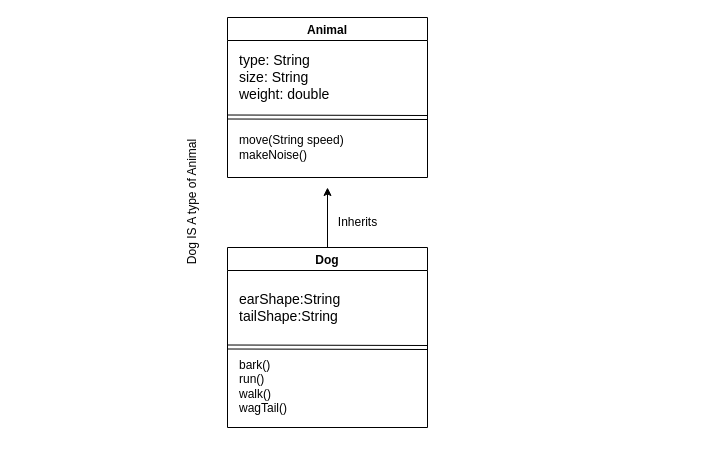
Above: inheratance.drawio in SalehAbdulla/java (draw.io), before the change. Source tidied: cells renumbered, new cells numbered last; positions are measured from the earlier drawing's top-left corner, leaving out a move shared by most shapes. Both pictures are drawn from the tidied source at 100%, with x=0, y=0 at pixel (117, 17).
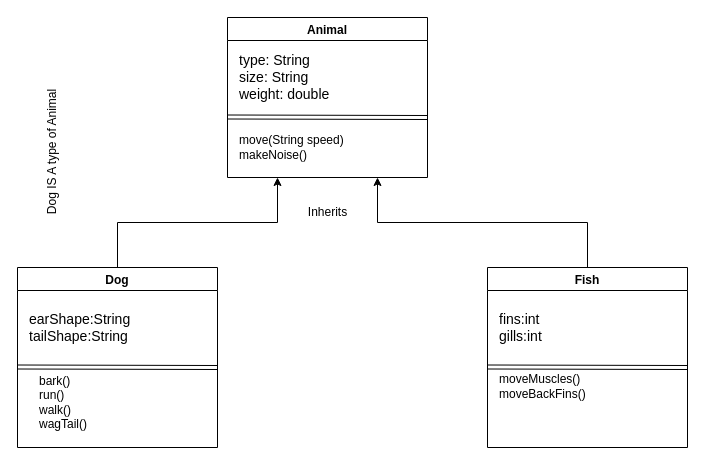
After the change.

Unchanged cells that the change refers to:
```xml
<mxCell id="2" value="Animal" style="swimlane;" parent="1" vertex="1">
  <mxGeometry x="110" width="200" height="160" as="geometry" />
</mxCell>
```

Diff of the diagram source:
```diff
@@
-    <mxCell id="6" style="edgeStyle=orthogonalEdgeStyle;rounded=0;jettySize=auto;html=1;exitX=0.5;exitY=0;exitDx=0;exitDy=0;" parent="1" edge="1" source="7">
-      <mxGeometry relative="1" as="geometry">
-        <mxPoint x="210" y="170" as="targetPoint" />
-      </mxGeometry>
-    </mxCell>
+    <mxCell id="13" style="edgeStyle=orthogonalEdgeStyle;rounded=0;jettySize=auto;html=1;exitX=0.5;exitY=0;exitDx=0;exitDy=0;entryX=0.25;entryY=1;entryDx=0;entryDy=0;" parent="1" edge="1" source="7" target="2">
+      <mxGeometry relative="1" as="geometry" />
+    </mxCell>
     <mxCell id="7" value="Dog" style="swimlane;" parent="1" vertex="1">
-      <mxGeometry x="110" y="230" width="200" height="180" as="geometry" />
+      <mxGeometry x="-100" y="250" width="200" height="180" as="geometry" />
     </mxCell>
@@
+    <mxCell id="11" value="bark()&lt;div&gt;run()&lt;/div&gt;&lt;div&gt;walk()&lt;/div&gt;&lt;div&gt;wagTail()&lt;/div&gt;" style="text;html=1;align=left;verticalAlign=middle;strokeColor=none;fillColor=none;" parent="7" vertex="1">
+      <mxGeometry x="20" y="100" width="70" height="70" as="geometry" />
+    </mxCell>
     <mxCell id="10" value="Inherits" style="text;html=1;align=center;verticalAlign=middle;strokeColor=none;fillColor=none;" parent="1" vertex="1">
-      <mxGeometry x="210" y="190" width="60" height="30" as="geometry" />
+      <mxGeometry x="180" y="180" width="60" height="30" as="geometry" />
     </mxCell>
-    <mxCell id="11" value="bark()&lt;div&gt;run()&lt;/div&gt;&lt;div&gt;walk()&lt;/div&gt;&lt;div&gt;wagTail()&lt;/div&gt;" style="text;html=1;align=left;verticalAlign=middle;strokeColor=none;fillColor=none;" parent="1" vertex="1">
-      <mxGeometry x="120" y="334" width="70" height="70" as="geometry" />
-    </mxCell>
     <mxCell id="12" value="Dog IS A type of Animal" style="text;html=1;align=center;verticalAlign=middle;strokeColor=none;fillColor=none;rotation=-90;" parent="1" vertex="1">
-      <mxGeometry y="170" width="150" height="30" as="geometry" />
+      <mxGeometry x="-140" y="120" width="150" height="30" as="geometry" />
     </mxCell>
+    <mxCell id="14" style="edgeStyle=orthogonalEdgeStyle;rounded=0;jettySize=auto;html=1;exitX=0.5;exitY=0;exitDx=0;exitDy=0;entryX=0.75;entryY=1;entryDx=0;entryDy=0;" parent="1" edge="1" source="15" target="2">
+      <mxGeometry relative="1" as="geometry" />
+    </mxCell>
+    <mxCell id="15" value="Fish" style="swimlane;startSize=23;" parent="1" vertex="1">
+      <mxGeometry x="370" y="250" width="200" height="180" as="geometry" />
+    </mxCell>
+    <mxCell id="16" style="edgeStyle=none;orthogonalLoop=1;jettySize=auto;html=1;rounded=0;shape=link;" parent="15" edge="1">
+      <mxGeometry relative="1" as="geometry">
+        <mxPoint y="99.5" as="sourcePoint" />
+        <mxPoint x="200" y="100" as="targetPoint" />
+      </mxGeometry>
+    </mxCell>
+    <mxCell id="17" value="fins:int&lt;div&gt;gills:int&lt;/div&gt;" style="text;html=1;align=left;verticalAlign=middle;strokeColor=none;fillColor=none;fontSize=14;" parent="15" vertex="1">
+      <mxGeometry x="10" y="35" width="70" height="50" as="geometry" />
+    </mxCell>
+    <mxCell id="18" value="moveMuscles()&lt;div&gt;moveBackFins()&lt;/div&gt;" style="text;html=1;align=left;verticalAlign=middle;strokeColor=none;fillColor=none;" parent="1" vertex="1">
+      <mxGeometry x="380" y="349" width="110" height="40" as="geometry" />
+    </mxCell>
```
